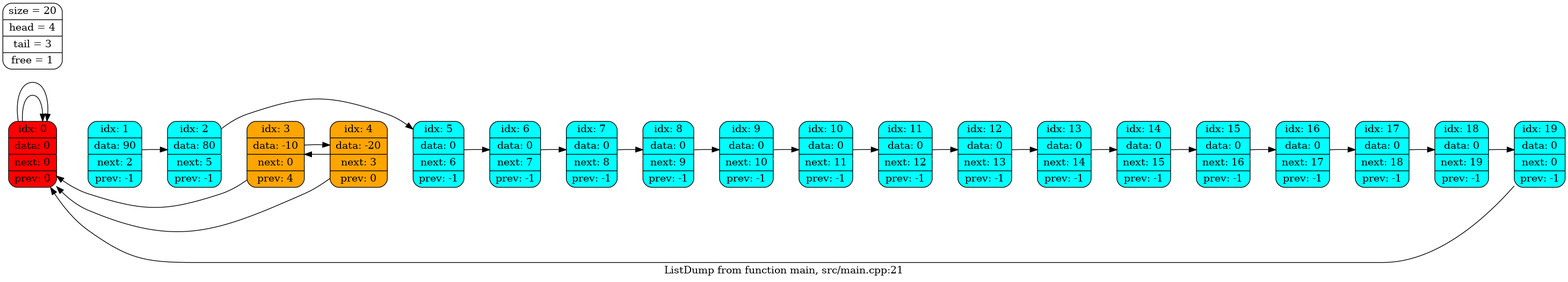
This is dump.png from victorbaldin56/list, a Graphviz export, as it was before one commit. Its source is kept beside it as dump.dot.
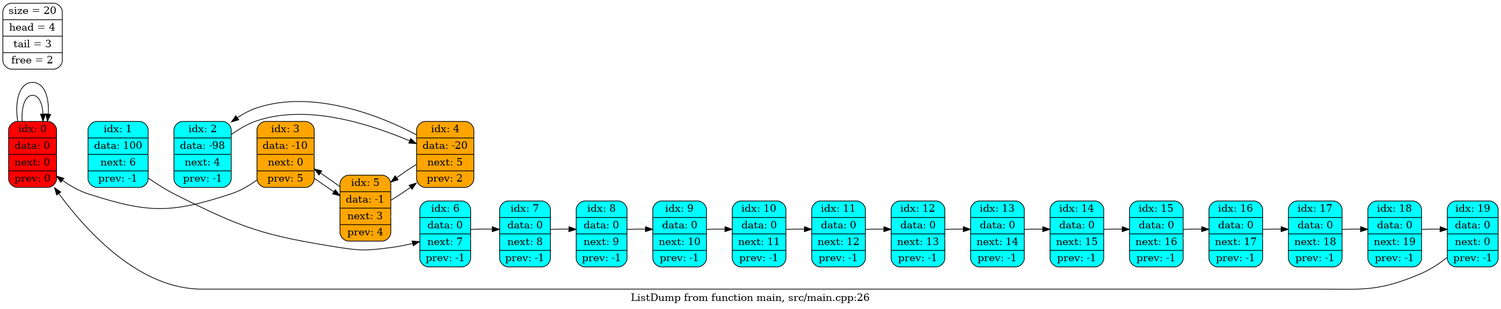
The same file after the commit.

Diff of the diagram source:
```diff
@@ -1,13 +1,13 @@
 digraph List {
 	rankdir = LR;
 	node [shape = Mrecord];
-0 -> 0-> 1-> 2-> 3-> 4-> 5-> 6-> 7-> 8-> 9-> 10-> 11-> 12-> 13-> 14-> 15-> 16-> 17-> 18-> 19[arrowsize = 0.0, weight = 10000, color = "#FFFFFF"];
+0 -> 0-> 1-> 2-> 3-> 4-> 5-> 6-> 7-> 8-> 9-> 10-> 11-> 12-> 13-> 14-> 15-> 16-> 17-> 18-> 19[arrowsize = 0.0, weight = 100000, color = "#FFFFFF"];
 	0 [shape = Mrecord, style = filled, fillcolor = red, label = "idx: 0 | data: 0 | next: 0 | prev: 0"];
-	1 [shape = Mrecord, style = filled, fillcolor = cyan, label = "idx: 1 | data: 90 | next: 2 | prev: -1"];
-	2 [shape = Mrecord, style = filled, fillcolor = cyan, label = "idx: 2 | data: 80 | next: 5 | prev: -1"];
-	3 [shape = Mrecord, style = filled, fillcolor = orange, label = "idx: 3 | data: -10 | next: 0 | prev: 4"];
-	4 [shape = Mrecord, style = filled, fillcolor = orange, label = "idx: 4 | data: -20 | next: 3 | prev: 0"];
-	5 [shape = Mrecord, style = filled, fillcolor = cyan, label = "idx: 5 | data: 0 | next: 6 | prev: -1"];
+	1 [shape = Mrecord, style = filled, fillcolor = cyan, label = "idx: 1 | data: 100 | next: 6 | prev: -1"];
+	2 [shape = Mrecord, style = filled, fillcolor = cyan, label = "idx: 2 | data: -98 | next: 4 | prev: -1"];
+	3 [shape = Mrecord, style = filled, fillcolor = orange, label = "idx: 3 | data: -10 | next: 0 | prev: 5"];
+	4 [shape = Mrecord, style = filled, fillcolor = orange, label = "idx: 4 | data: -20 | next: 5 | prev: 2"];
+	5 [shape = Mrecord, style = filled, fillcolor = orange, label = "idx: 5 | data: -1 | next: 3 | prev: 4"];
 	6 [shape = Mrecord, style = filled, fillcolor = cyan, label = "idx: 6 | data: 0 | next: 7 | prev: -1"];
 	7 [shape = Mrecord, style = filled, fillcolor = cyan, label = "idx: 7 | data: 0 | next: 8 | prev: -1"];
 	8 [shape = Mrecord, style = filled, fillcolor = cyan, label = "idx: 8 | data: 0 | next: 9 | prev: -1"];
@@ -23,11 +23,11 @@
 	18 [shape = Mrecord, style = filled, fillcolor = cyan, label = "idx: 18 | data: 0 | next: 19 | prev: -1"];
 	19 [shape = Mrecord, style = filled, fillcolor = cyan, label = "idx: 19 | data: 0 | next: 0 | prev: -1"];
 	0 -> 0;
-	1 -> 2;
-	2 -> 5;
+	1 -> 6;
+	2 -> 4;
 	3 -> 0;
-	4 -> 3;
-	5 -> 6;
+	4 -> 5;
+	5 -> 3;
 	6 -> 7;
 	7 -> 8;
 	8 -> 9;
@@ -43,7 +43,8 @@
 	18 -> 19;
 	19 -> 0;
 	0 -> 0;
-	3 -> 4;
-	4 -> 0;
-	label = "ListDump from function main, src/main.cpp:21";
-All[shape = Mrecord, label = "size = 20 | head = 4 | tail = 3 | free = 1"];}
+	3 -> 5;
+	4 -> 2;
+	5 -> 4;
+	label = "ListDump from function main, src/main.cpp:26";
+All[shape = Mrecord, label = "size = 20 | head = 4 | tail = 3 | free = 2"];}
```
